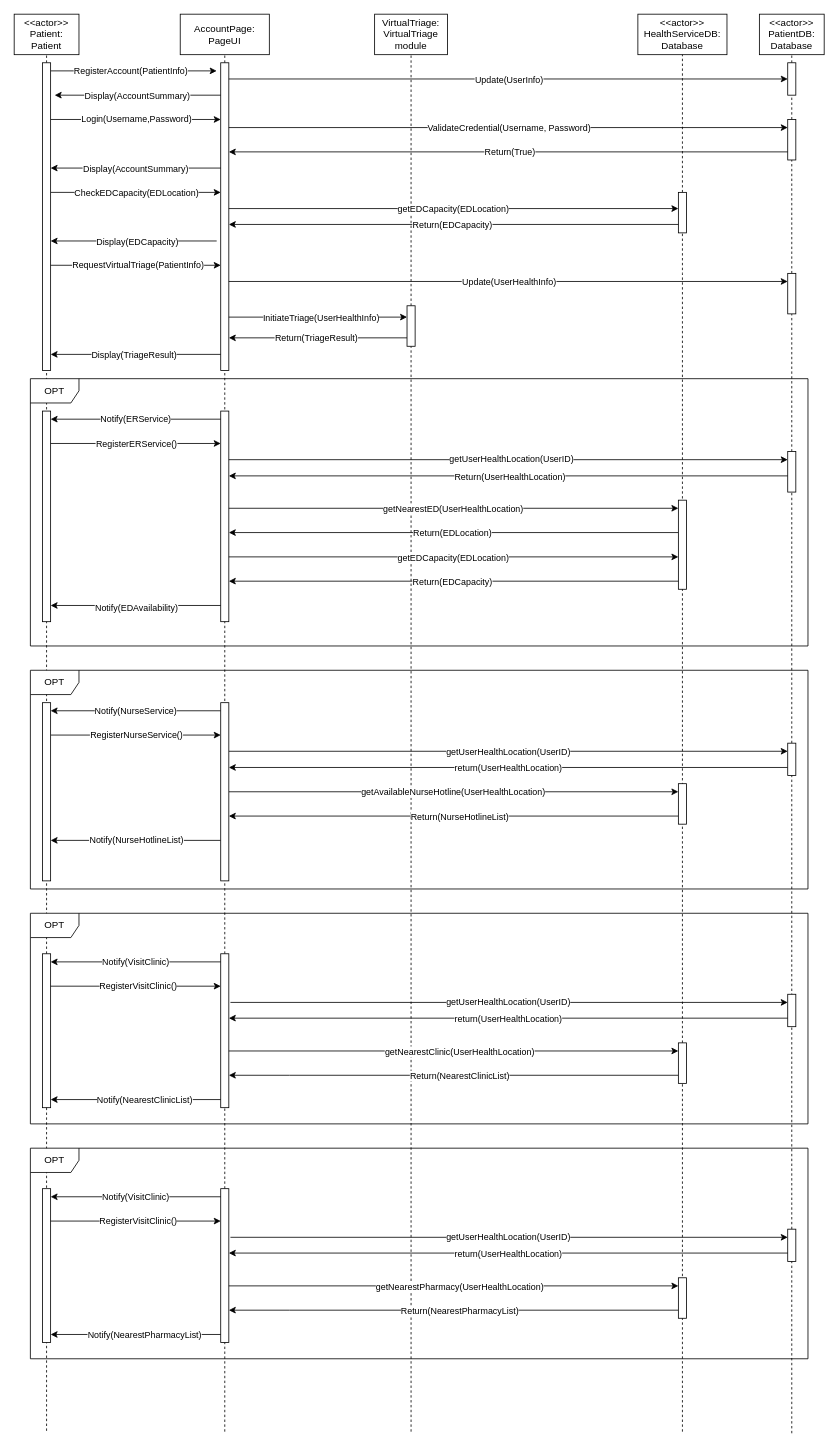
uvic-teach/project-m1-team8 keeps this draw.io diagram as general_sequence_diagram.drawio. Above is the earlier version. Source tidied: cells renumbered, new cells numbered last; positions are measured from the earlier drawing's top-left corner, leaving out a move shared by most shapes. Both pictures are drawn from the tidied source at 81%, with x=0, y=0 at pixel (14, 14).
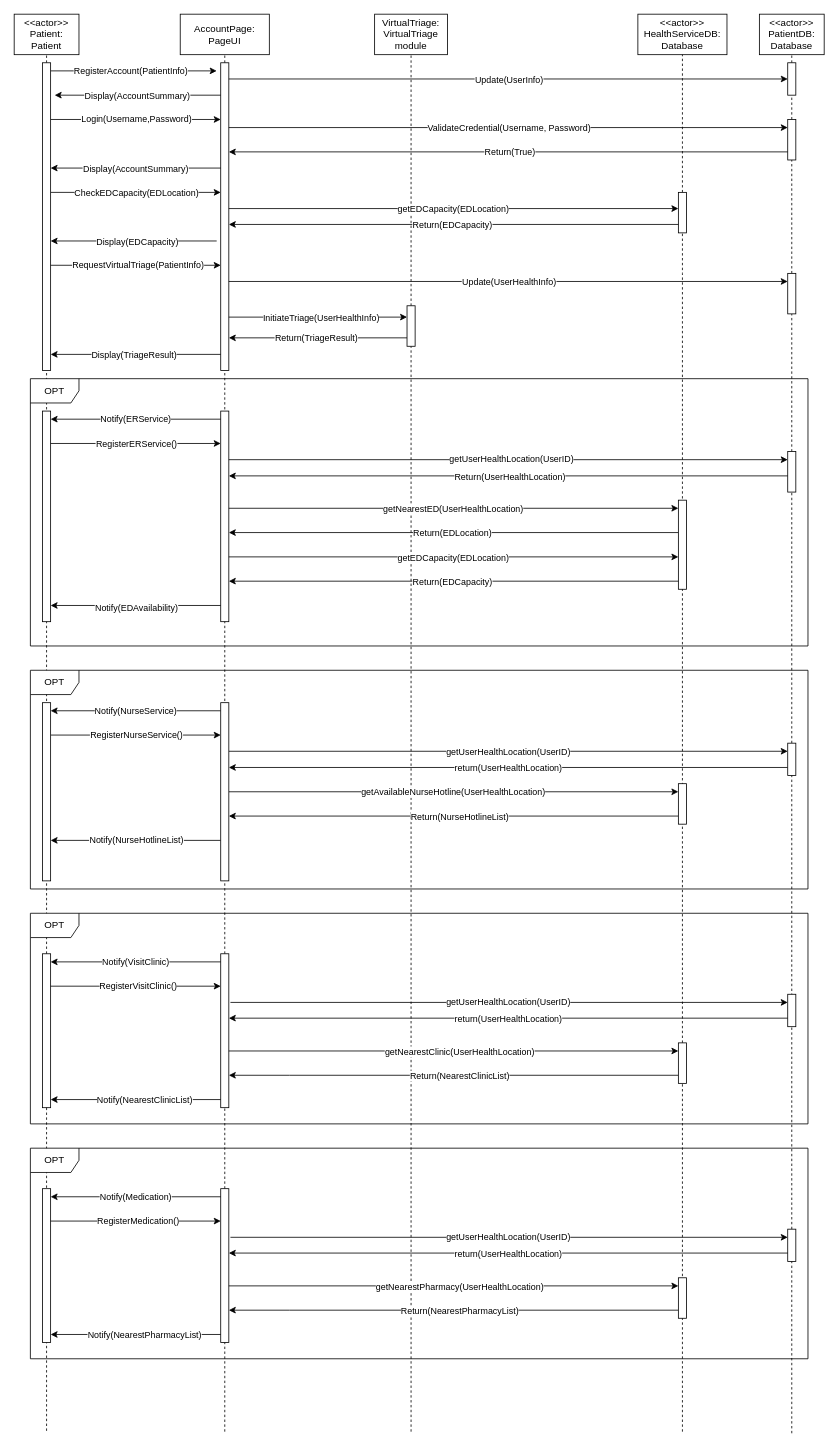
After the change.

Unchanged cells that the change refers to:
```xml
<mxCell id="119" style="endArrow=classic;html=1;rounded=0;" parent="1" edge="1" target="127">
  <mxGeometry relative="1" as="geometry">
    <mxPoint x="40" y="1490" as="sourcePoint" />
  </mxGeometry>
</mxCell>
```

What changed in the source:
```diff
@@
-    <mxCell id="120" value="RegisterVisitClinic()" style="edgeLabel;html=1;align=center;verticalAlign=middle;" parent="119" vertex="1">
+    <mxCell id="120" value="RegisterMedication()" style="edgeLabel;html=1;align=center;verticalAlign=middle;" parent="119" vertex="1">
       <mxGeometry x="-0.16" y="1" relative="1" as="geometry">
         <mxPoint x="22" as="offset" />
       </mxGeometry>
     </mxCell>
@@
-    <mxCell id="136" value="Notify(VisitClinic)" style="endArrow=classic;html=1;rounded=0;" parent="1" edge="1">
+    <mxCell id="136" value="Notify(Medication)" style="endArrow=classic;html=1;rounded=0;" parent="1" edge="1">
       <mxGeometry relative="1" as="geometry">
         <mxPoint x="255" y="1460" as="sourcePoint" />
         <mxPoint x="45" y="1460" as="targetPoint" />
       </mxGeometry>
     </mxCell>
```
